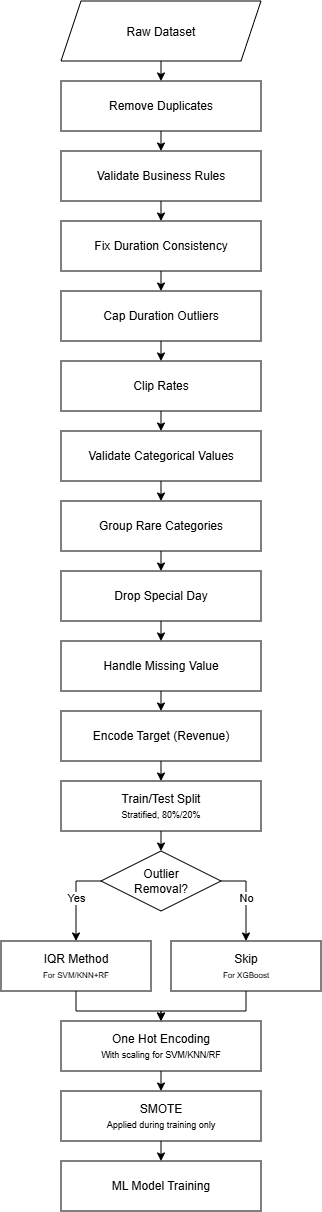
Before: Preprocessing Pipeline.png, a diagram exported from draw.io (ngkaizhe123/BMCS2074-ARTIFICIAL-INTELLIGENCE-Online-Shoppers-Purchase-Intention). Source tidied: cells renumbered, new cells last; positions are measured from the earlier drawing's top-left corner, leaving out a move shared by most shapes. The source it was exported from:
```xml
<mxGraphModel>
  <root>
    <mxCell id="0" />
    <mxCell id="1" parent="0" />
    <mxCell id="2" value="Remove Duplicates" style="rounded=0;whiteSpace=wrap;html=1;" parent="1" vertex="1">
      <mxGeometry x="60" y="80" width="200" height="50" as="geometry" />
    </mxCell>
    <mxCell id="3" value="Validate Business Rules" style="rounded=0;whiteSpace=wrap;html=1;" parent="1" vertex="1">
      <mxGeometry x="60" y="150" width="200" height="50" as="geometry" />
    </mxCell>
    <mxCell id="4" value="Fix Duration Consistency" style="rounded=0;whiteSpace=wrap;html=1;" parent="1" vertex="1">
      <mxGeometry x="60" y="220" width="200" height="50" as="geometry" />
    </mxCell>
    <mxCell id="5" value="Cap Duration Outliers" style="rounded=0;whiteSpace=wrap;html=1;" parent="1" vertex="1">
      <mxGeometry x="60" y="290" width="200" height="50" as="geometry" />
    </mxCell>
    <mxCell id="6" value="Clip Rates" style="rounded=0;whiteSpace=wrap;html=1;" parent="1" vertex="1">
      <mxGeometry x="60" y="360" width="200" height="50" as="geometry" />
    </mxCell>
    <mxCell id="7" value="Validate Categorical Values" style="rounded=0;whiteSpace=wrap;html=1;" parent="1" vertex="1">
      <mxGeometry x="60" y="430" width="200" height="50" as="geometry" />
    </mxCell>
    <mxCell id="8" value="Group Rare Categories" style="rounded=0;whiteSpace=wrap;html=1;" parent="1" vertex="1">
      <mxGeometry x="60" y="500" width="200" height="50" as="geometry" />
    </mxCell>
    <mxCell id="9" value="Drop Special Day" style="rounded=0;whiteSpace=wrap;html=1;" parent="1" vertex="1">
      <mxGeometry x="60" y="570" width="200" height="50" as="geometry" />
    </mxCell>
    <mxCell id="10" value="Handle Missing Value" style="rounded=0;whiteSpace=wrap;html=1;" parent="1" vertex="1">
      <mxGeometry x="60" y="640" width="200" height="50" as="geometry" />
    </mxCell>
    <mxCell id="11" value="Encode Target (Revenue)" style="rounded=0;whiteSpace=wrap;html=1;" parent="1" vertex="1">
      <mxGeometry x="60" y="710" width="200" height="50" as="geometry" />
    </mxCell>
    <mxCell id="12" value="Train/Test Split&lt;br&gt;&lt;font style=&quot;font-size: 9px&quot;&gt;Stratified, 80%/20%&lt;/font&gt;" style="rounded=0;whiteSpace=wrap;html=1;" parent="1" vertex="1">
      <mxGeometry x="60" y="780" width="200" height="50" as="geometry" />
    </mxCell>
    <mxCell id="13" value="Outlier&lt;br&gt;Removal?" style="rhombus;whiteSpace=wrap;html=1;" parent="1" vertex="1">
      <mxGeometry x="100" y="850" width="120" height="60" as="geometry" />
    </mxCell>
    <mxCell id="14" value="IQR Method&lt;br&gt;&lt;font style=&quot;font-size: 8px&quot;&gt;For SVM/KNN+RF&lt;/font&gt;" style="rounded=0;whiteSpace=wrap;html=1;" parent="1" vertex="1">
      <mxGeometry y="940" width="150" height="50" as="geometry" />
    </mxCell>
    <mxCell id="15" value="Skip&lt;br&gt;&lt;font style=&quot;font-size: 8px&quot;&gt;For XGBoost&lt;/font&gt;" style="rounded=0;whiteSpace=wrap;html=1;" parent="1" vertex="1">
      <mxGeometry x="170" y="940" width="150" height="50" as="geometry" />
    </mxCell>
    <mxCell id="16" value="One Hot Encoding&lt;br&gt;&lt;font style=&quot;font-size: 9px&quot;&gt;With scaling for SVM/KNN/RF&lt;/font&gt;" style="rounded=0;whiteSpace=wrap;html=1;" parent="1" vertex="1">
      <mxGeometry x="60" y="1020" width="200" height="50" as="geometry" />
    </mxCell>
    <mxCell id="17" value="SMOTE&lt;br&gt;&lt;font style=&quot;font-size: 9px&quot;&gt;Applied during training only&lt;/font&gt;" style="rounded=0;whiteSpace=wrap;html=1;" parent="1" vertex="1">
      <mxGeometry x="60" y="1090" width="200" height="50" as="geometry" />
    </mxCell>
    <mxCell id="18" value="ML Model Training" style="rounded=0;whiteSpace=wrap;html=1;" parent="1" vertex="1">
      <mxGeometry x="60" y="1160" width="200" height="50" as="geometry" />
    </mxCell>
    <mxCell id="19" parent="1" edge="1" target="2">
      <mxGeometry relative="1" as="geometry">
        <mxPoint x="160" y="60" as="sourcePoint" />
      </mxGeometry>
    </mxCell>
    <mxCell id="20" parent="1" edge="1" source="2" target="3">
      <mxGeometry relative="1" as="geometry" />
    </mxCell>
    <mxCell id="21" parent="1" edge="1" source="3" target="4">
      <mxGeometry relative="1" as="geometry" />
    </mxCell>
    <mxCell id="22" parent="1" edge="1" source="4" target="5">
      <mxGeometry relative="1" as="geometry" />
    </mxCell>
    <mxCell id="23" parent="1" edge="1" source="5" target="6">
      <mxGeometry relative="1" as="geometry" />
    </mxCell>
    <mxCell id="24" parent="1" edge="1" source="6" target="7">
      <mxGeometry relative="1" as="geometry" />
    </mxCell>
    <mxCell id="25" parent="1" edge="1" source="7" target="8">
      <mxGeometry relative="1" as="geometry" />
    </mxCell>
    <mxCell id="26" parent="1" edge="1" source="8" target="9">
      <mxGeometry relative="1" as="geometry" />
    </mxCell>
    <mxCell id="27" parent="1" edge="1" source="9" target="10">
      <mxGeometry relative="1" as="geometry" />
    </mxCell>
    <mxCell id="28" parent="1" edge="1" source="10" target="11">
      <mxGeometry relative="1" as="geometry" />
    </mxCell>
    <mxCell id="29" parent="1" edge="1" source="11" target="12">
      <mxGeometry relative="1" as="geometry" />
    </mxCell>
    <mxCell id="30" parent="1" edge="1" source="12" target="13">
      <mxGeometry relative="1" as="geometry" />
    </mxCell>
    <mxCell id="31" value="Yes" style="edgeStyle=orthogonalEdgeStyle;rounded=0;jettySize=auto;html=1;exitX=0;exitY=0.5;exitDx=0;exitDy=0;entryX=0.5;entryY=0;entryDx=0;entryDy=0;" parent="1" edge="1" source="13" target="14">
      <mxGeometry relative="1" as="geometry" />
    </mxCell>
    <mxCell id="32" value="No" style="edgeStyle=orthogonalEdgeStyle;rounded=0;jettySize=auto;html=1;exitX=1;exitY=0.5;exitDx=0;exitDy=0;entryX=0.5;entryY=0;entryDx=0;entryDy=0;" parent="1" edge="1" source="13" target="15">
      <mxGeometry relative="1" as="geometry" />
    </mxCell>
    <mxCell id="33" style="edgeStyle=orthogonalEdgeStyle;rounded=0;jettySize=auto;html=1;exitX=0.5;exitY=1;exitDx=0;exitDy=0;entryX=0.5;entryY=0;entryDx=0;entryDy=0;" parent="1" edge="1" source="14" target="16">
      <mxGeometry relative="1" as="geometry" />
    </mxCell>
    <mxCell id="34" style="edgeStyle=orthogonalEdgeStyle;rounded=0;jettySize=auto;html=1;exitX=0.5;exitY=1;exitDx=0;exitDy=0;entryX=0.5;entryY=0;entryDx=0;entryDy=0;" parent="1" edge="1" source="15" target="16">
      <mxGeometry relative="1" as="geometry" />
    </mxCell>
    <mxCell id="35" parent="1" edge="1" source="16" target="17">
      <mxGeometry relative="1" as="geometry" />
    </mxCell>
    <mxCell id="36" parent="1" edge="1" source="17" target="18">
      <mxGeometry relative="1" as="geometry" />
    </mxCell>
    <mxCell id="37" value="Raw Dataset" style="shape=parallelogram;perimeter=parallelogramPerimeter;whiteSpace=wrap;html=1;shapeInside=1;fixedSize=1;" parent="1" vertex="1">
      <mxGeometry x="60" width="200" height="60" as="geometry" />
    </mxCell>
  </root>
</mxGraphModel>
```
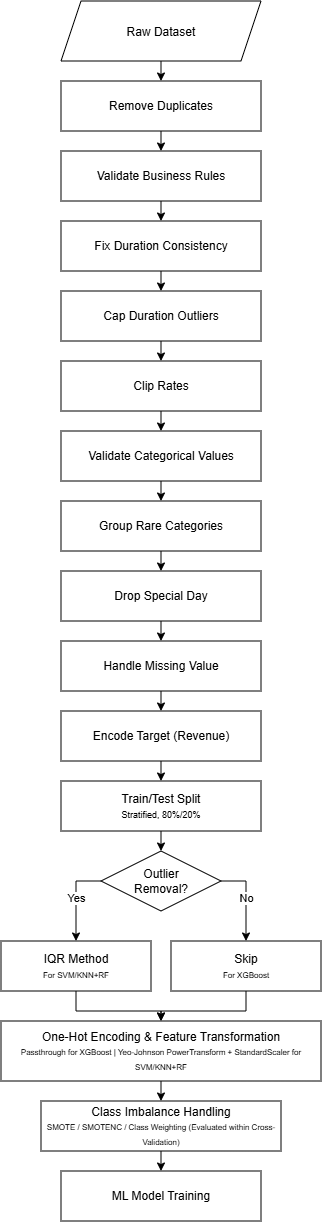
Later version of the same file.

What changed in the source:
```diff
@@ -44,14 +44,14 @@
     <mxCell id="15" value="Skip&lt;br&gt;&lt;font style=&quot;font-size: 8px&quot;&gt;For XGBoost&lt;/font&gt;" style="rounded=0;whiteSpace=wrap;html=1;" parent="1" vertex="1">
       <mxGeometry x="170" y="940" width="150" height="50" as="geometry" />
     </mxCell>
-    <mxCell id="16" value="One Hot Encoding&lt;br&gt;&lt;font style=&quot;font-size: 9px&quot;&gt;With scaling for SVM/KNN/RF&lt;/font&gt;" style="rounded=0;whiteSpace=wrap;html=1;" parent="1" vertex="1">
-      <mxGeometry x="60" y="1020" width="200" height="50" as="geometry" />
+    <mxCell id="16" value="One-Hot Encoding &amp; Feature Transformation&lt;br&gt;&lt;font style=&quot;font-size: 8px&quot;&gt;Passthrough for XGBoost | Yeo-Johnson PowerTransform + StandardScaler for SVM/KNN+RF&lt;/font&gt;" style="rounded=0;whiteSpace=wrap;html=1;" parent="1" vertex="1">
+      <mxGeometry y="1020" width="320" height="60" as="geometry" />
     </mxCell>
-    <mxCell id="17" value="SMOTE&lt;br&gt;&lt;font style=&quot;font-size: 9px&quot;&gt;Applied during training only&lt;/font&gt;" style="rounded=0;whiteSpace=wrap;html=1;" parent="1" vertex="1">
-      <mxGeometry x="60" y="1090" width="200" height="50" as="geometry" />
+    <mxCell id="17" value="Class Imbalance Handling&lt;br&gt;&lt;font style=&quot;font-size: 8px&quot;&gt;SMOTE / SMOTENC / Class Weighting (Evaluated within Cross-Validation)&lt;/font&gt;" style="rounded=0;whiteSpace=wrap;html=1;" parent="1" vertex="1">
+      <mxGeometry x="40" y="1100" width="240" height="50" as="geometry" />
     </mxCell>
     <mxCell id="18" value="ML Model Training" style="rounded=0;whiteSpace=wrap;html=1;" parent="1" vertex="1">
-      <mxGeometry x="60" y="1160" width="200" height="50" as="geometry" />
+      <mxGeometry x="60" y="1170" width="200" height="50" as="geometry" />
     </mxCell>
     <mxCell id="19" parent="1" edge="1" target="2">
       <mxGeometry relative="1" as="geometry">
```
